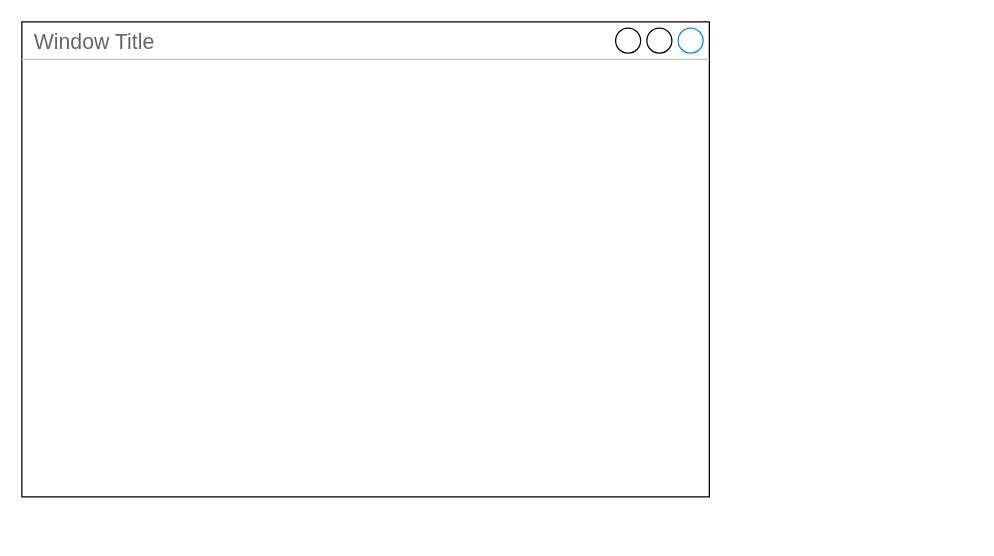
The draw.io diagram page "GUII" (7 of 7) of Szpital.drawio in AleksanderStaruch/HospitalUML, before the edit. Source tidied: cells renumbered, new cells numbered last; positions are measured from the earlier drawing's top-left corner, leaving out a move shared by most shapes. Both pictures are drawn from the tidied source at 125%, with x=0, y=0 at pixel (21, 21).
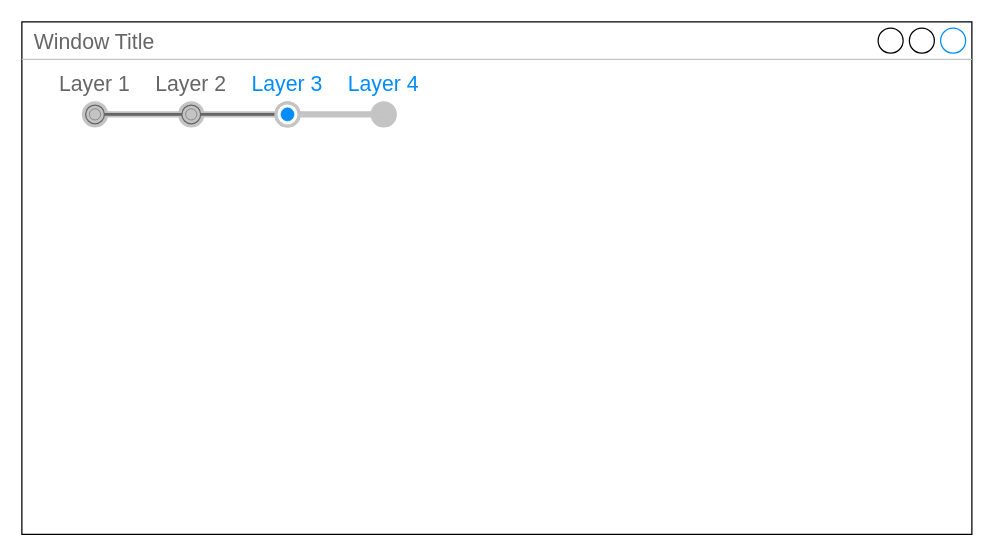
After the change.

The edit, as a diff of the source:
```diff
@@
 <mxGraphModel>
   <root>
     <mxCell id="0" />
     <mxCell id="1" parent="0" />
     <mxCell id="2" value="Window Title" style="strokeWidth=1;shadow=0;dashed=0;align=center;html=1;shape=mxgraph.mockup.containers.window;align=left;verticalAlign=top;spacingLeft=8;strokeColor2=#008cff;strokeColor3=#c4c4c4;fontColor=#666666;mainText=;fontSize=17;labelBackgroundColor=none;fillColor=#FFFFFF;gradientColor=none;" parent="1" vertex="1">
-      <mxGeometry width="550" height="380" as="geometry" />
+      <mxGeometry width="760" height="410" as="geometry" />
     </mxCell>
+    <mxCell id="3" style="strokeWidth=1;shadow=0;dashed=0;align=center;html=1;shape=mxgraph.mockup.navigation.stepBar;strokeColor=#c4c4c4;textColor=#666666;textColor2=#008cff;mainText=Layer 1,Layer 2,+Layer 3,Layer 4;textSize=17;fillColor=#666666;overflow=fill;fontSize=17;fontColor=#666666;" parent="1" vertex="1">
+      <mxGeometry x="20" y="40" width="300" height="50" as="geometry" />
+    </mxCell>
   </root>
 </mxGraphModel>
```
